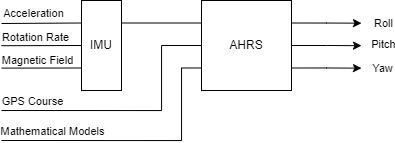
This is images/background/ahrs.png from Legohead259/Thetis-Writing, a draw.io export, as it was before one commit. Source tidied: cells renumbered, new cells last; positions are measured from the earlier drawing's top-left corner, leaving out a move shared by most shapes.
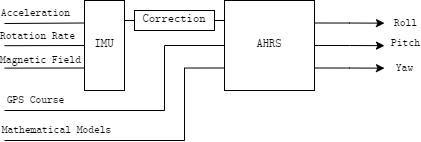
The same file after the commit.

Commit message:
Updated AHRS diagram with new font and correction block

What changed in the source:
```diff
@@ -2,43 +2,40 @@
   <root>
     <mxCell id="0" />
     <mxCell id="1" parent="0" />
-    <mxCell id="2" style="edgeStyle=none;html=1;exitX=0;exitY=0.25;exitDx=0;exitDy=0;endArrow=none;endFill=0;" parent="1" edge="1" source="9">
+    <mxCell id="2" style="edgeStyle=none;html=1;exitX=0;exitY=0.25;exitDx=0;exitDy=0;endArrow=none;endFill=0;fontFamily=CMU Typewriter Text;" parent="1" edge="1" source="9">
       <mxGeometry relative="1" as="geometry">
         <mxPoint y="23" as="targetPoint" />
       </mxGeometry>
     </mxCell>
-    <mxCell id="3" value="Acceleration" style="edgeLabel;html=1;align=center;verticalAlign=middle;" parent="2" vertex="1">
+    <mxCell id="3" value="Acceleration" style="edgeLabel;html=1;align=center;verticalAlign=middle;fontFamily=CMU Typewriter Text;" parent="2" vertex="1">
       <mxGeometry x="-0.19" y="-1" relative="1" as="geometry">
         <mxPoint x="-17" y="-9" as="offset" />
       </mxGeometry>
     </mxCell>
-    <mxCell id="4" style="edgeStyle=none;html=1;exitX=0;exitY=0.5;exitDx=0;exitDy=0;endArrow=none;endFill=0;" parent="1" edge="1" source="9">
+    <mxCell id="4" style="edgeStyle=none;html=1;exitX=0;exitY=0.5;exitDx=0;exitDy=0;endArrow=none;endFill=0;fontFamily=CMU Typewriter Text;" parent="1" edge="1" source="9">
       <mxGeometry relative="1" as="geometry">
         <mxPoint y="45.2" as="targetPoint" />
       </mxGeometry>
     </mxCell>
-    <mxCell id="5" value="Rotation Rate" style="edgeLabel;html=1;align=center;verticalAlign=middle;" parent="4" vertex="1">
+    <mxCell id="5" value="Rotation Rate" style="edgeLabel;html=1;align=center;verticalAlign=middle;fontFamily=CMU Typewriter Text;" parent="4" vertex="1">
       <mxGeometry x="0.62" y="-2" relative="1" as="geometry">
         <mxPoint x="18" y="-7" as="offset" />
       </mxGeometry>
     </mxCell>
-    <mxCell id="6" style="edgeStyle=none;html=1;exitX=0;exitY=0.75;exitDx=0;exitDy=0;endArrow=none;endFill=0;" parent="1" edge="1" source="9">
+    <mxCell id="6" style="edgeStyle=none;html=1;exitX=0;exitY=0.75;exitDx=0;exitDy=0;endArrow=none;endFill=0;fontFamily=CMU Typewriter Text;" parent="1" edge="1" source="9">
       <mxGeometry relative="1" as="geometry">
         <mxPoint y="67.6" as="targetPoint" />
       </mxGeometry>
     </mxCell>
-    <mxCell id="7" value="Magnetic Field" style="edgeLabel;html=1;align=center;verticalAlign=middle;" parent="6" vertex="1">
+    <mxCell id="7" value="Magnetic Field" style="edgeLabel;html=1;align=center;verticalAlign=middle;fontFamily=CMU Typewriter Text;" parent="6" vertex="1">
       <mxGeometry x="0.54" y="-1" relative="1" as="geometry">
         <mxPoint x="17" y="-7" as="offset" />
       </mxGeometry>
     </mxCell>
-    <mxCell id="8" style="edgeStyle=none;html=1;exitX=1;exitY=0.25;exitDx=0;exitDy=0;entryX=0;entryY=0.25;entryDx=0;entryDy=0;endArrow=none;endFill=0;" parent="1" edge="1" source="9" target="20">
-      <mxGeometry relative="1" as="geometry" />
-    </mxCell>
-    <mxCell id="9" value="IMU" style="rounded=0;whiteSpace=wrap;html=1;" parent="1" vertex="1">
+    <mxCell id="9" value="IMU" style="rounded=0;whiteSpace=wrap;html=1;fontFamily=CMU Typewriter Text;" parent="1" vertex="1">
       <mxGeometry x="80" width="40" height="90" as="geometry" />
     </mxCell>
-    <mxCell id="10" style="edgeStyle=orthogonalEdgeStyle;html=1;exitX=0;exitY=0.5;exitDx=0;exitDy=0;endArrow=none;endFill=0;rounded=0;" parent="1" edge="1" source="20">
+    <mxCell id="10" style="edgeStyle=orthogonalEdgeStyle;html=1;exitX=0;exitY=0.5;exitDx=0;exitDy=0;endArrow=none;endFill=0;rounded=0;fontFamily=CMU Typewriter Text;" parent="1" edge="1" source="20">
       <mxGeometry relative="1" as="geometry">
         <mxPoint y="110" as="targetPoint" />
         <Array as="points">
@@ -47,12 +44,12 @@
         </Array>
       </mxGeometry>
     </mxCell>
-    <mxCell id="11" value="GPS Course" style="edgeLabel;html=1;align=center;verticalAlign=middle;" parent="10" vertex="1">
+    <mxCell id="11" value="GPS Course" style="edgeLabel;html=1;align=center;verticalAlign=middle;fontFamily=CMU Typewriter Text;" parent="10" vertex="1">
       <mxGeometry x="0.91" y="-2" relative="1" as="geometry">
         <mxPoint x="18" y="-8" as="offset" />
       </mxGeometry>
     </mxCell>
-    <mxCell id="12" style="edgeStyle=orthogonalEdgeStyle;rounded=0;html=1;exitX=0;exitY=0.75;exitDx=0;exitDy=0;endArrow=none;endFill=0;" parent="1" edge="1" source="20">
+    <mxCell id="12" style="edgeStyle=orthogonalEdgeStyle;rounded=0;html=1;exitX=0;exitY=0.75;exitDx=0;exitDy=0;endArrow=none;endFill=0;fontFamily=CMU Typewriter Text;" parent="1" edge="1" source="20">
       <mxGeometry relative="1" as="geometry">
         <mxPoint y="140" as="targetPoint" />
         <Array as="points">
@@ -61,43 +58,54 @@
         </Array>
       </mxGeometry>
     </mxCell>
-    <mxCell id="13" value="Mathematical Models" style="edgeLabel;html=1;align=center;verticalAlign=middle;" parent="12" vertex="1">
+    <mxCell id="13" value="Mathematical Models" style="edgeLabel;html=1;align=center;verticalAlign=middle;fontFamily=CMU Typewriter Text;" parent="12" vertex="1">
       <mxGeometry x="0.75" y="2" relative="1" as="geometry">
         <mxPoint x="15" y="-12" as="offset" />
       </mxGeometry>
     </mxCell>
-    <mxCell id="14" style="edgeStyle=orthogonalEdgeStyle;rounded=0;html=1;exitX=1;exitY=0.25;exitDx=0;exitDy=0;endArrow=classic;endFill=1;" parent="1" edge="1" source="20">
+    <mxCell id="14" style="edgeStyle=orthogonalEdgeStyle;rounded=0;html=1;exitX=1;exitY=0.25;exitDx=0;exitDy=0;endArrow=classic;endFill=1;fontFamily=CMU Typewriter Text;" parent="1" edge="1" source="20">
       <mxGeometry relative="1" as="geometry">
-        <mxPoint x="360" y="22.7" as="targetPoint" />
+        <mxPoint x="380" y="22.7" as="targetPoint" />
       </mxGeometry>
     </mxCell>
-    <mxCell id="15" value="Roll" style="edgeLabel;html=1;align=center;verticalAlign=middle;" parent="14" vertex="1">
+    <mxCell id="15" value="Roll" style="edgeLabel;html=1;align=center;verticalAlign=middle;fontFamily=CMU Typewriter Text;" parent="14" vertex="1">
       <mxGeometry x="0.73" relative="1" as="geometry">
         <mxPoint x="30" as="offset" />
       </mxGeometry>
     </mxCell>
-    <mxCell id="16" style="edgeStyle=orthogonalEdgeStyle;rounded=0;html=1;exitX=1;exitY=0.5;exitDx=0;exitDy=0;endArrow=classic;endFill=1;" parent="1" edge="1" source="20">
+    <mxCell id="16" style="edgeStyle=orthogonalEdgeStyle;rounded=0;html=1;exitX=1;exitY=0.5;exitDx=0;exitDy=0;endArrow=classic;endFill=1;fontFamily=CMU Typewriter Text;" parent="1" edge="1" source="20">
       <mxGeometry relative="1" as="geometry">
-        <mxPoint x="360" y="45.2" as="targetPoint" />
+        <mxPoint x="380" y="45.2" as="targetPoint" />
       </mxGeometry>
     </mxCell>
-    <mxCell id="17" value="Pitch" style="edgeLabel;html=1;align=center;verticalAlign=middle;" parent="16" vertex="1">
+    <mxCell id="17" value="Pitch" style="edgeLabel;html=1;align=center;verticalAlign=middle;fontFamily=CMU Typewriter Text;" parent="16" vertex="1">
       <mxGeometry x="0.75" y="2" relative="1" as="geometry">
         <mxPoint x="30" as="offset" />
       </mxGeometry>
     </mxCell>
-    <mxCell id="18" style="edgeStyle=orthogonalEdgeStyle;rounded=0;html=1;exitX=1;exitY=0.75;exitDx=0;exitDy=0;endArrow=classic;endFill=1;" parent="1" edge="1" source="20">
+    <mxCell id="18" style="edgeStyle=orthogonalEdgeStyle;rounded=0;html=1;exitX=1;exitY=0.75;exitDx=0;exitDy=0;endArrow=classic;endFill=1;fontFamily=CMU Typewriter Text;" parent="1" edge="1" source="20">
       <mxGeometry relative="1" as="geometry">
-        <mxPoint x="360" y="67.7" as="targetPoint" />
+        <mxPoint x="380" y="67.7" as="targetPoint" />
       </mxGeometry>
     </mxCell>
-    <mxCell id="19" value="Yaw" style="edgeLabel;html=1;align=center;verticalAlign=middle;" parent="18" vertex="1">
+    <mxCell id="19" value="Yaw" style="edgeLabel;html=1;align=center;verticalAlign=middle;fontFamily=CMU Typewriter Text;" parent="18" vertex="1">
       <mxGeometry relative="1" as="geometry">
         <mxPoint x="55" as="offset" />
       </mxGeometry>
     </mxCell>
-    <mxCell id="20" value="AHRS" style="rounded=0;whiteSpace=wrap;html=1;" parent="1" vertex="1">
-      <mxGeometry x="200" width="90" height="90" as="geometry" />
+    <mxCell id="20" value="AHRS" style="rounded=0;whiteSpace=wrap;html=1;fontFamily=CMU Typewriter Text;" parent="1" vertex="1">
+      <mxGeometry x="220" width="90" height="90" as="geometry" />
     </mxCell>
+    <mxCell id="21" style="edgeStyle=none;html=1;exitX=0;exitY=0.5;exitDx=0;exitDy=0;endArrow=none;endFill=0;fontFamily=CMU Typewriter Text;" parent="1" edge="1" source="23">
+      <mxGeometry relative="1" as="geometry">
+        <mxPoint x="120" y="20" as="targetPoint" />
+      </mxGeometry>
+    </mxCell>
+    <mxCell id="22" style="edgeStyle=none;html=1;exitX=1;exitY=0.5;exitDx=0;exitDy=0;endArrow=none;endFill=0;entryX=0.007;entryY=0.222;entryDx=0;entryDy=0;entryPerimeter=0;fontFamily=CMU Typewriter Text;" parent="1" edge="1" source="23" target="20">
+      <mxGeometry relative="1" as="geometry" />
+    </mxCell>
+    <mxCell id="23" value="Correction" style="rounded=0;whiteSpace=wrap;html=1;fontFamily=CMU Typewriter Text;" parent="1" vertex="1">
+      <mxGeometry x="130" y="10" width="80" height="20" as="geometry" />
+    </mxCell>
   </root>
 </mxGraphModel>
```
